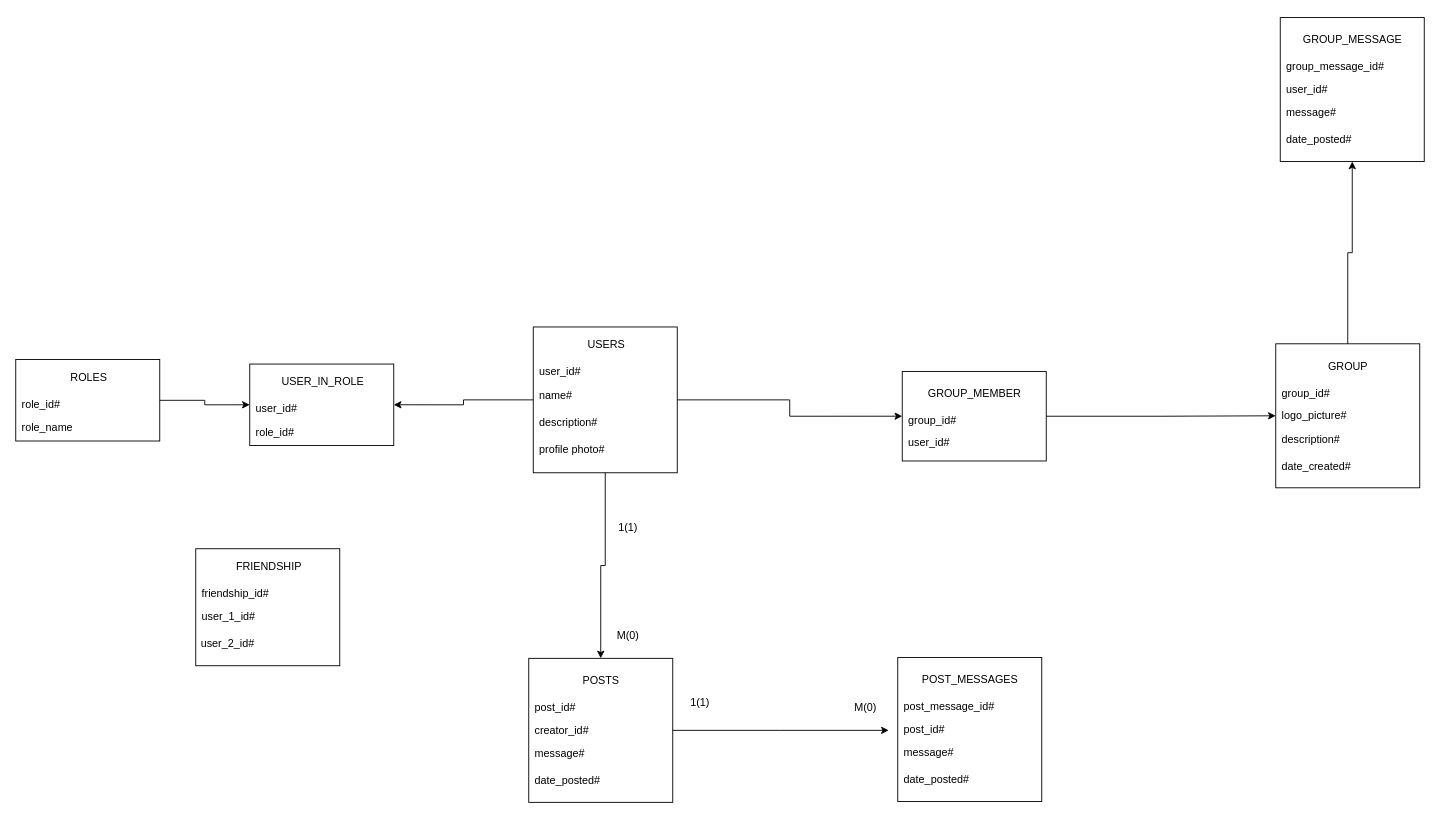
Before: BD.drawio in ProiecteFacultate/Proiect_ASP, a draw.io diagram. Source tidied: cells renumbered, new cells numbered last; positions are measured from the earlier drawing's top-left corner, leaving out a move shared by most shapes. Both pictures are drawn from the tidied source at 90%, with x=0, y=0 at pixel (15, 17).
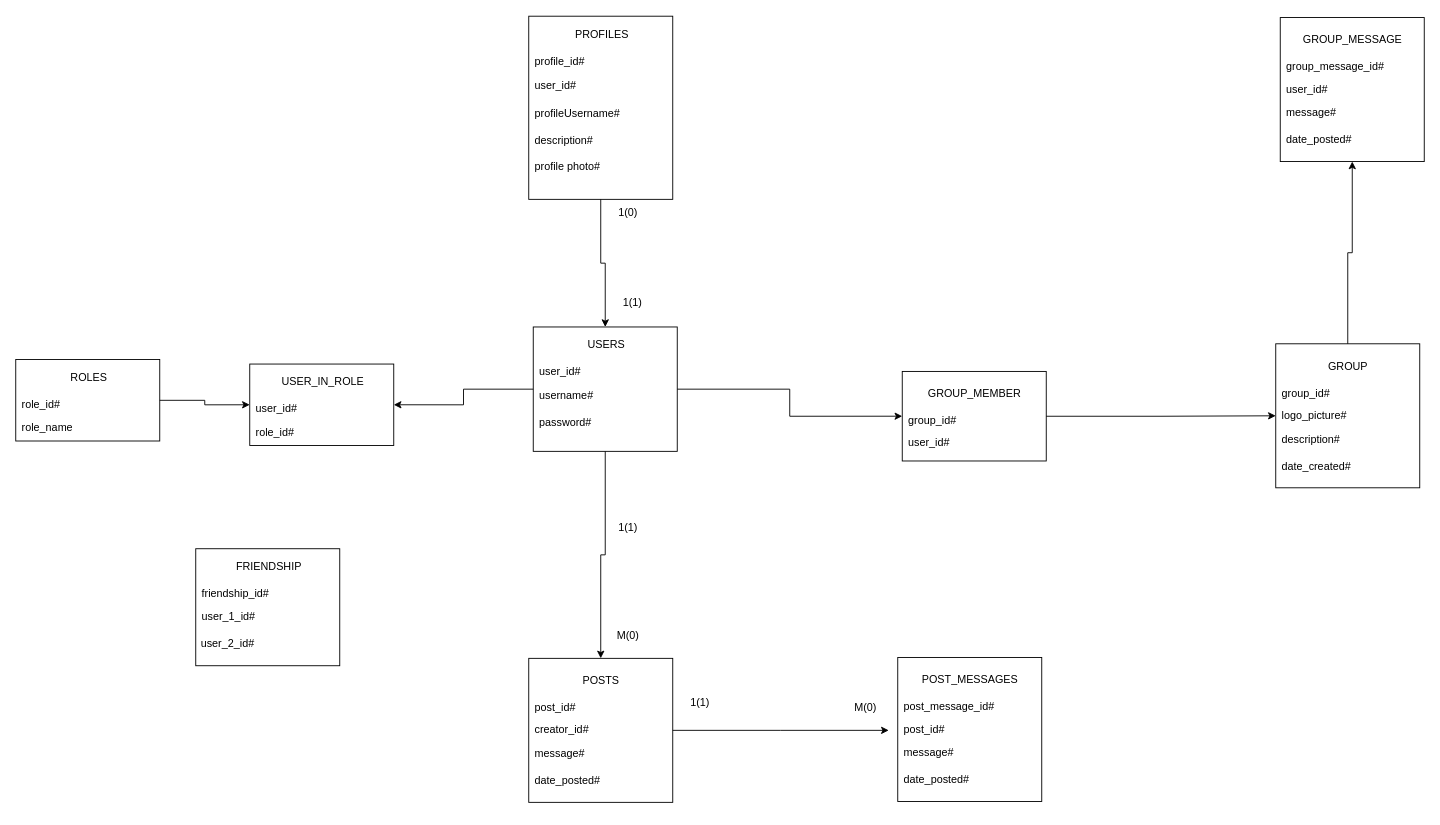
The same page after the edit.

The edit, as a diff of the source:
```diff
@@
     <mxCell id="5" style="rounded=0;whiteSpace=wrap;html=1;fillColor=none;" parent="1" vertex="1">
-      <mxGeometry x="575" y="343.8" width="160" height="162" as="geometry" />
+      <mxGeometry x="575" y="343.8" width="160" height="138.2" as="geometry" />
     </mxCell>
@@
-    <mxCell id="8" value="name#" style="text;html=1;align=left;verticalAlign=middle;fillColor=none;strokeColor=none;rounded=0;" parent="1" vertex="1">
-      <mxGeometry x="580" y="404.8" width="60" height="30" as="geometry" />
+    <mxCell id="8" value="username#" style="text;html=1;align=left;verticalAlign=middle;fillColor=none;strokeColor=none;rounded=0;" parent="1" vertex="1">
+      <mxGeometry x="580" y="404.8" width="80" height="30" as="geometry" />
     </mxCell>
-    <mxCell id="9" value="description#" style="text;html=1;align=left;verticalAlign=middle;fillColor=none;strokeColor=none;rounded=0;" parent="1" vertex="1">
-      <mxGeometry x="580" y="434.8" width="90" height="30" as="geometry" />
-    </mxCell>
-    <mxCell id="10" value="profile photo#" style="text;html=1;align=left;verticalAlign=middle;fillColor=none;strokeColor=none;rounded=0;" parent="1" vertex="1">
-      <mxGeometry x="580" y="464.8" width="100" height="30" as="geometry" />
-    </mxCell>
@@
+    <mxCell id="68" style="edgeStyle=orthogonalEdgeStyle;rounded=0;jettySize=auto;html=1;entryX=0.5;entryY=0;entryDx=0;entryDy=0;" parent="1" edge="1" source="69" target="5">
+      <mxGeometry relative="1" as="geometry" />
+    </mxCell>
+    <mxCell id="69" style="rounded=0;whiteSpace=wrap;html=1;fillColor=none;" parent="1" vertex="1">
+      <mxGeometry x="570" y="-1.5" width="160" height="203.5" as="geometry" />
+    </mxCell>
+    <mxCell id="70" value="PROFILES" style="text;html=1;align=center;verticalAlign=middle;fillColor=none;strokeColor=none;rounded=0;" parent="1" vertex="1">
+      <mxGeometry x="611" y="3.5" width="80" height="30" as="geometry" />
+    </mxCell>
+    <mxCell id="71" value="profile_id#" style="text;html=1;align=left;verticalAlign=middle;fillColor=none;strokeColor=none;rounded=0;" parent="1" vertex="1">
+      <mxGeometry x="575" y="33.5" width="80" height="30" as="geometry" />
+    </mxCell>
+    <mxCell id="72" value="profileUsername#" style="text;html=1;align=left;verticalAlign=middle;fillColor=none;strokeColor=none;rounded=0;" parent="1" vertex="1">
+      <mxGeometry x="575" y="92" width="120" height="30" as="geometry" />
+    </mxCell>
+    <mxCell id="9" value="description#" style="text;html=1;align=left;verticalAlign=middle;fillColor=none;strokeColor=none;rounded=0;" parent="1" vertex="1">
+      <mxGeometry x="575" y="122" width="90" height="30" as="geometry" />
+    </mxCell>
+    <mxCell id="10" value="profile photo#" style="text;html=1;align=left;verticalAlign=middle;fillColor=none;strokeColor=none;rounded=0;" parent="1" vertex="1">
+      <mxGeometry x="575" y="151" width="100" height="30" as="geometry" />
+    </mxCell>
+    <mxCell id="73" style="edgeStyle=orthogonalEdgeStyle;rounded=0;orthogonalLoop=1;jettySize=auto;html=1;exitX=0.5;exitY=1;exitDx=0;exitDy=0;" parent="1" edge="1" source="69" target="69">
+      <mxGeometry relative="1" as="geometry" />
+    </mxCell>
+    <mxCell id="74" value="password#" style="text;html=1;align=left;verticalAlign=middle;fillColor=none;strokeColor=none;rounded=0;" parent="1" vertex="1">
+      <mxGeometry x="580" y="434.8" width="80" height="30" as="geometry" />
+    </mxCell>
+    <mxCell id="75" value="user_id#" style="text;html=1;align=left;verticalAlign=middle;fillColor=none;strokeColor=none;rounded=0;" parent="1" vertex="1">
+      <mxGeometry x="575" y="61" width="70" height="30" as="geometry" />
+    </mxCell>
+    <mxCell id="76" value="1(1)" style="text;html=1;align=center;verticalAlign=middle;fillColor=none;strokeColor=none;rounded=0;rotation=0;" parent="1" vertex="1">
+      <mxGeometry x="665" y="302" width="40" height="30" as="geometry" />
+    </mxCell>
+    <mxCell id="77" value="1(0)" style="text;html=1;align=center;verticalAlign=middle;fillColor=none;strokeColor=none;rounded=0;rotation=0;" parent="1" vertex="1">
+      <mxGeometry x="660" y="202" width="40" height="30" as="geometry" />
+    </mxCell>
```
